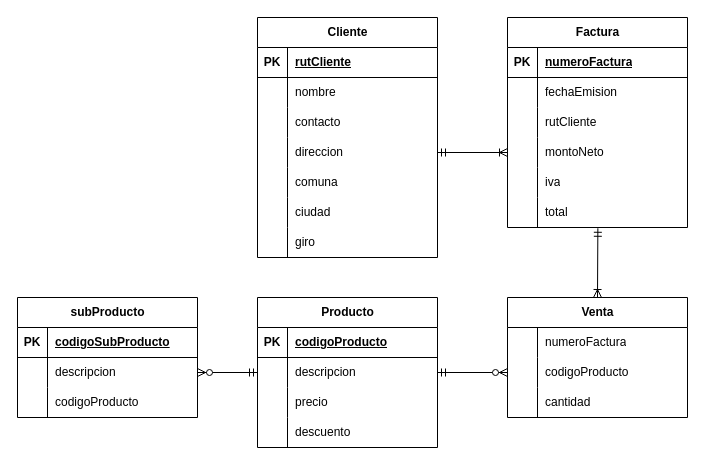
The draw.io diagram tarea22.drawio in C-bastian-compila/diagrams.net, before the edit. Source tidied: cells renumbered, new cells numbered last; positions are measured from the earlier drawing's top-left corner, leaving out a move shared by most shapes. Both pictures are drawn from the tidied source at 100%, with x=0, y=0 at pixel (17, 17).
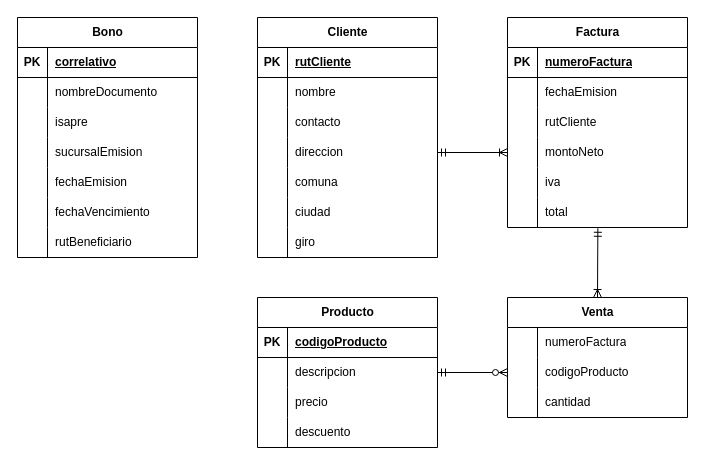
Above is the later version.

Unchanged cells that the change refers to:
```xml
<mxCell id="22" style="shape=tableRow;horizontal=0;startSize=0;swimlaneHead=0;swimlaneBody=0;fillColor=none;points=[[0,0.5],[1,0.5]];portConstraint=eastwest;top=0;left=0;right=0;bottom=0;" parent="12" vertex="1">
  <mxGeometry y="120" width="180" height="30" as="geometry" />
</mxCell>
<mxCell id="41" style="shape=tableRow;horizontal=0;startSize=0;swimlaneHead=0;swimlaneBody=0;fillColor=none;points=[[0,0.5],[1,0.5]];portConstraint=eastwest;top=0;left=0;right=0;bottom=0;" parent="31" vertex="1">
  <mxGeometry y="120" width="180" height="30" as="geometry" />
</mxCell>
<mxCell id="57" style="shape=tableRow;horizontal=0;startSize=0;swimlaneHead=0;swimlaneBody=0;fillColor=none;points=[[0,0.5],[1,0.5]];portConstraint=eastwest;top=0;left=0;right=0;bottom=0;" parent="53" vertex="1">
  <mxGeometry y="60" width="180" height="30" as="geometry" />
</mxCell>
```

What changed in the source:
```diff
@@
-    <mxCell id="68" value="subProducto" style="shape=table;startSize=30;childLayout=tableLayout;rowLines=0;fontStyle=1;align=center;html=1;" parent="1" vertex="1">
-      <mxGeometry y="280" width="180" height="120" as="geometry" />
-    </mxCell>
+    <mxCell id="79" style="fontSize=12;html=1;endArrow=ERoneToMany;startArrow=ERmandOne;rounded=0;exitX=1;exitY=0.5;exitDx=0;exitDy=0;entryX=0;entryY=0.5;entryDx=0;entryDy=0;" parent="1" edge="1" source="41" target="22">
+      <mxGeometry relative="1" as="geometry" />
+    </mxCell>
+    <mxCell id="80" value="Bono" style="shape=table;startSize=30;childLayout=tableLayout;rowLines=0;fontStyle=1;align=center;html=1;" parent="1" vertex="1">
+      <mxGeometry width="180" height="240" as="geometry" />
+    </mxCell>
-    <mxCell id="69" style="shape=tableRow;horizontal=0;startSize=0;swimlaneHead=0;swimlaneBody=0;fillColor=none;top=0;left=0;right=0;bottom=1;" parent="68" vertex="1">
+    <mxCell id="69" style="shape=tableRow;horizontal=0;startSize=0;swimlaneHead=0;swimlaneBody=0;fillColor=none;top=0;left=0;right=0;bottom=1;" parent="80" vertex="1">
       <mxGeometry y="30" width="180" height="30" as="geometry" />
     </mxCell>
@@
-    <mxCell id="71" value="codigoSubProducto" style="shape=partialRectangle;fillColor=none;top=0;left=0;bottom=0;right=0;align=left;spacingLeft=6;fontStyle=5;overflow=hidden;whiteSpace=wrap;html=1;" parent="69" vertex="1">
-      <mxGeometry x="30" width="150" height="30" as="geometry" />
-    </mxCell>
+    <mxCell id="81" value="correlativo" style="shape=partialRectangle;fillColor=none;top=0;left=0;bottom=0;right=0;align=left;spacingLeft=6;fontStyle=5;overflow=hidden;whiteSpace=wrap;html=1;" parent="69" vertex="1">
+      <mxGeometry x="30" width="150" height="30" as="geometry" />
+    </mxCell>
-    <mxCell id="72" style="shape=tableRow;horizontal=0;startSize=0;swimlaneHead=0;swimlaneBody=0;fillColor=none;points=[[0,0.5],[1,0.5]];portConstraint=eastwest;top=0;left=0;right=0;bottom=0;" parent="68" vertex="1">
+    <mxCell id="72" style="shape=tableRow;horizontal=0;startSize=0;swimlaneHead=0;swimlaneBody=0;fillColor=none;points=[[0,0.5],[1,0.5]];portConstraint=eastwest;top=0;left=0;right=0;bottom=0;" parent="80" vertex="1">
       <mxGeometry y="60" width="180" height="30" as="geometry" />
     </mxCell>
-    <mxCell id="73" style="shape=partialRectangle;fillColor=none;top=0;left=0;bottom=0;right=0;overflow=hidden;whiteSpace=wrap;html=1;" parent="72" vertex="1">
-      <mxGeometry width="30" height="30" as="geometry" />
-    </mxCell>
-    <mxCell id="74" value="descripcion" style="shape=partialRectangle;fillColor=none;top=0;left=0;bottom=0;right=0;align=left;spacingLeft=6;overflow=hidden;whiteSpace=wrap;html=1;" parent="72" vertex="1">
-      <mxGeometry x="30" width="150" height="30" as="geometry" />
-    </mxCell>
+    <mxCell id="82" style="shape=partialRectangle;fillColor=none;top=0;left=0;bottom=0;right=0;overflow=hidden;whiteSpace=wrap;html=1;" parent="72" vertex="1">
+      <mxGeometry width="30" height="30" as="geometry" />
+    </mxCell>
+    <mxCell id="83" value="nombreDocumento" style="shape=partialRectangle;fillColor=none;top=0;left=0;bottom=0;right=0;align=left;spacingLeft=6;overflow=hidden;whiteSpace=wrap;html=1;" parent="72" vertex="1">
+      <mxGeometry x="30" width="150" height="30" as="geometry" />
+    </mxCell>
-    <mxCell id="75" style="shape=tableRow;horizontal=0;startSize=0;swimlaneHead=0;swimlaneBody=0;fillColor=none;top=0;left=0;right=0;bottom=0;" parent="68" vertex="1">
+    <mxCell id="75" style="shape=tableRow;horizontal=0;startSize=0;swimlaneHead=0;swimlaneBody=0;fillColor=none;top=0;left=0;right=0;bottom=0;" parent="80" vertex="1">
       <mxGeometry y="90" width="180" height="30" as="geometry" />
     </mxCell>
-    <mxCell id="76" style="shape=partialRectangle;fillColor=none;top=0;left=0;bottom=0;right=0;overflow=hidden;whiteSpace=wrap;html=1;" parent="75" vertex="1">
-      <mxGeometry width="30" height="30" as="geometry" />
-    </mxCell>
-    <mxCell id="77" value="codigoProducto" style="shape=partialRectangle;fillColor=none;top=0;left=0;bottom=0;right=0;align=left;spacingLeft=6;overflow=hidden;whiteSpace=wrap;html=1;" parent="75" vertex="1">
-      <mxGeometry x="30" width="150" height="30" as="geometry" />
-    </mxCell>
-    <mxCell id="78" style="fontSize=12;html=1;endArrow=ERzeroToMany;startArrow=ERmandOne;rounded=0;entryX=1;entryY=0.5;entryDx=0;entryDy=0;exitX=0;exitY=0.5;exitDx=0;exitDy=0;" parent="1" edge="1" source="57" target="72">
-      <mxGeometry relative="1" as="geometry" />
-    </mxCell>
-    <mxCell id="79" style="fontSize=12;html=1;endArrow=ERoneToMany;startArrow=ERmandOne;rounded=0;exitX=1;exitY=0.5;exitDx=0;exitDy=0;entryX=0;entryY=0.5;entryDx=0;entryDy=0;" parent="1" edge="1" source="41" target="22">
-      <mxGeometry relative="1" as="geometry" />
-    </mxCell>
+    <mxCell id="84" style="shape=partialRectangle;fillColor=none;top=0;left=0;bottom=0;right=0;overflow=hidden;whiteSpace=wrap;html=1;" parent="75" vertex="1">
+      <mxGeometry width="30" height="30" as="geometry" />
+    </mxCell>
+    <mxCell id="85" value="isapre" style="shape=partialRectangle;fillColor=none;top=0;left=0;bottom=0;right=0;align=left;spacingLeft=6;overflow=hidden;whiteSpace=wrap;html=1;" parent="75" vertex="1">
+      <mxGeometry x="30" width="150" height="30" as="geometry" />
+    </mxCell>
+    <mxCell id="86" style="shape=tableRow;horizontal=0;startSize=0;swimlaneHead=0;swimlaneBody=0;fillColor=none;top=0;left=0;right=0;bottom=0;" parent="80" vertex="1">
+      <mxGeometry y="120" width="180" height="30" as="geometry" />
+    </mxCell>
+    <mxCell id="87" style="shape=partialRectangle;fillColor=none;top=0;left=0;bottom=0;right=0;overflow=hidden;whiteSpace=wrap;html=1;" parent="86" vertex="1">
+      <mxGeometry width="30" height="30" as="geometry" />
+    </mxCell>
+    <mxCell id="88" value="sucursalEmision" style="shape=partialRectangle;fillColor=none;top=0;left=0;bottom=0;right=0;align=left;spacingLeft=6;overflow=hidden;whiteSpace=wrap;html=1;" parent="86" vertex="1">
+      <mxGeometry x="30" width="150" height="30" as="geometry" />
+    </mxCell>
+    <mxCell id="89" style="shape=tableRow;horizontal=0;startSize=0;swimlaneHead=0;swimlaneBody=0;fillColor=none;top=0;left=0;right=0;bottom=0;" parent="80" vertex="1">
+      <mxGeometry y="150" width="180" height="30" as="geometry" />
+    </mxCell>
+    <mxCell id="90" style="shape=partialRectangle;fillColor=none;top=0;left=0;bottom=0;right=0;overflow=hidden;whiteSpace=wrap;html=1;" parent="89" vertex="1">
+      <mxGeometry width="30" height="30" as="geometry" />
+    </mxCell>
+    <mxCell id="91" value="fechaEmision" style="shape=partialRectangle;fillColor=none;top=0;left=0;bottom=0;right=0;align=left;spacingLeft=6;overflow=hidden;whiteSpace=wrap;html=1;" parent="89" vertex="1">
+      <mxGeometry x="30" width="150" height="30" as="geometry" />
+    </mxCell>
+    <mxCell id="92" style="shape=tableRow;horizontal=0;startSize=0;swimlaneHead=0;swimlaneBody=0;fillColor=none;top=0;left=0;right=0;bottom=0;" parent="80" vertex="1">
+      <mxGeometry y="180" width="180" height="30" as="geometry" />
+    </mxCell>
+    <mxCell id="93" style="shape=partialRectangle;fillColor=none;top=0;left=0;bottom=0;right=0;overflow=hidden;whiteSpace=wrap;html=1;" parent="92" vertex="1">
+      <mxGeometry width="30" height="30" as="geometry" />
+    </mxCell>
+    <mxCell id="94" value="fechaVencimiento" style="shape=partialRectangle;fillColor=none;top=0;left=0;bottom=0;right=0;align=left;spacingLeft=6;overflow=hidden;whiteSpace=wrap;html=1;" parent="92" vertex="1">
+      <mxGeometry x="30" width="150" height="30" as="geometry" />
+    </mxCell>
+    <mxCell id="95" style="shape=tableRow;horizontal=0;startSize=0;swimlaneHead=0;swimlaneBody=0;fillColor=none;top=0;left=0;right=0;bottom=0;" parent="80" vertex="1">
+      <mxGeometry y="210" width="180" height="30" as="geometry" />
+    </mxCell>
+    <mxCell id="96" style="shape=partialRectangle;fillColor=none;top=0;left=0;bottom=0;right=0;overflow=hidden;whiteSpace=wrap;html=1;" parent="95" vertex="1">
+      <mxGeometry width="30" height="30" as="geometry" />
+    </mxCell>
+    <mxCell id="97" value="rutBeneficiario" style="shape=partialRectangle;fillColor=none;top=0;left=0;bottom=0;right=0;align=left;spacingLeft=6;overflow=hidden;whiteSpace=wrap;html=1;" parent="95" vertex="1">
+      <mxGeometry x="30" width="150" height="30" as="geometry" />
+    </mxCell>
```
